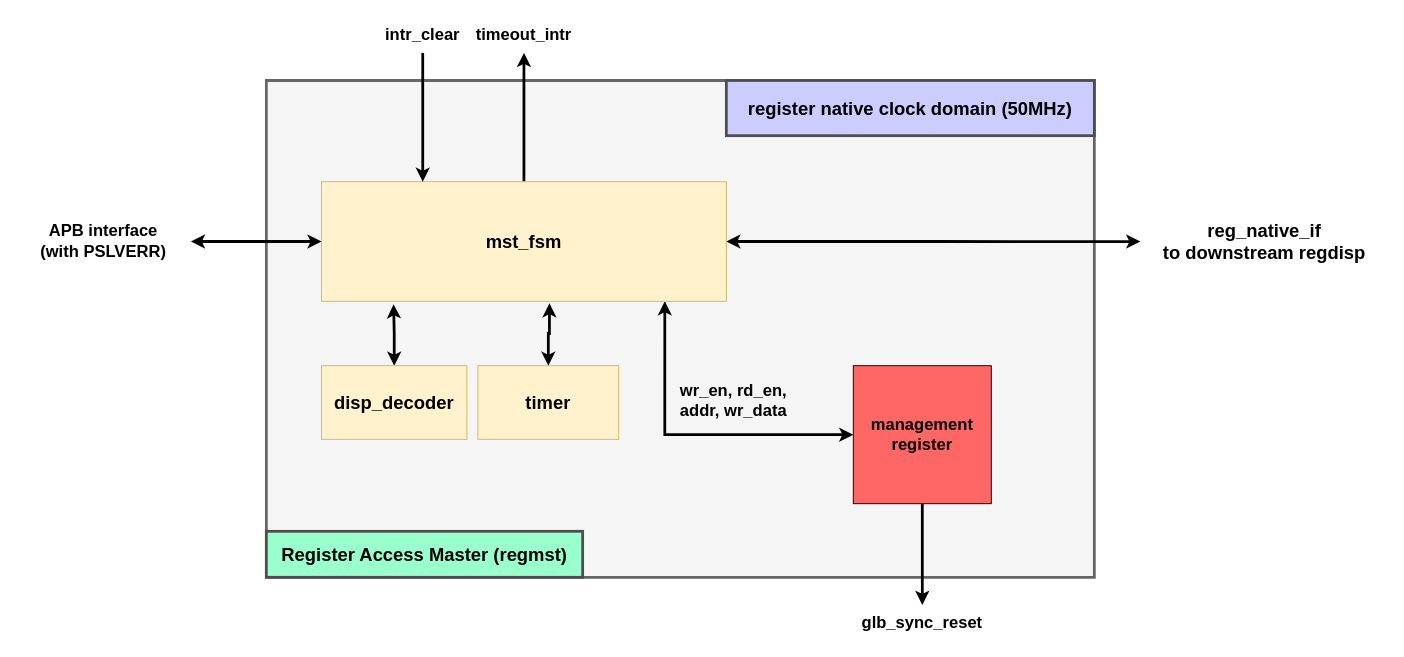
howsayhao/hj_reg_auto keeps this draw.io diagram as docs/dio_diag/regmst_rtl_infra.dio. Above is the earlier version. Source tidied: cells renumbered, new cells numbered last; positions are measured from the earlier drawing's top-left corner, leaving out a move shared by most shapes. Both pictures are drawn from the tidied source at 92%, with x=0, y=0 at pixel (16, 16).
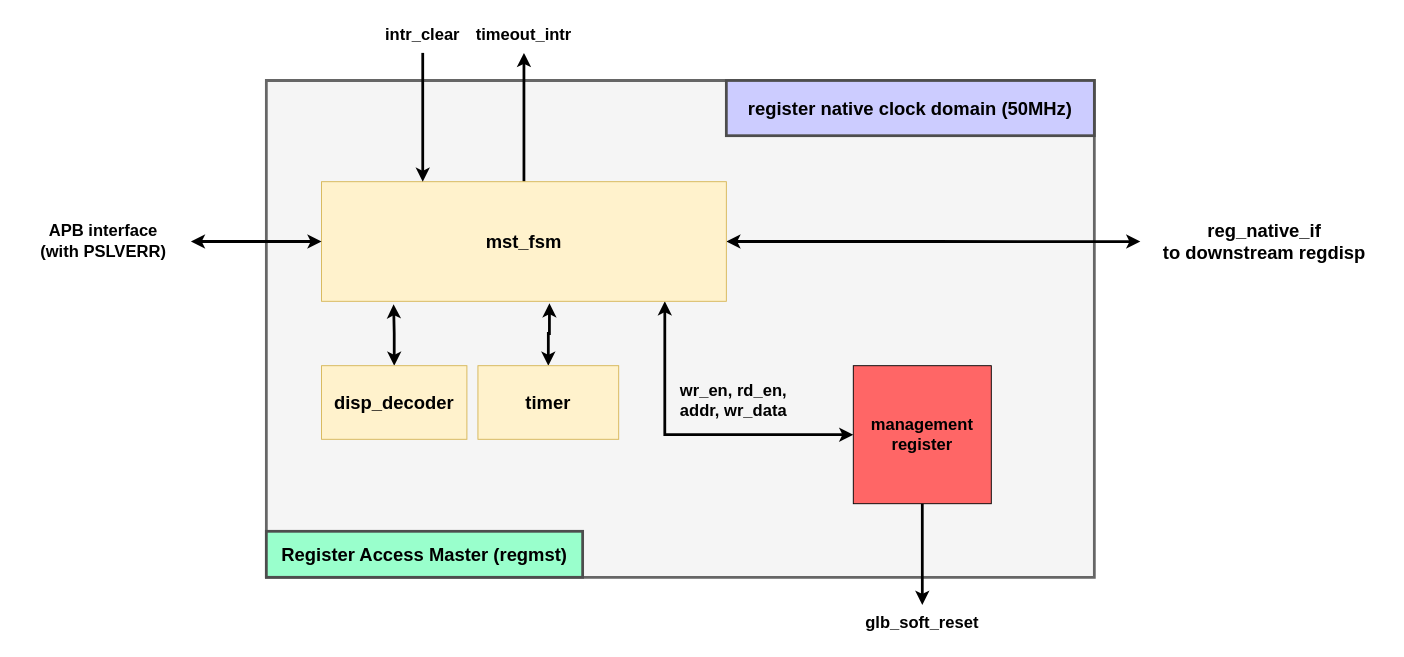
The same page after the edit.

Change to the diagram source:
```diff
@@
-    <mxCell id="15" value="&lt;span style=&quot;font-size: 18px&quot;&gt;glb_sync_reset&lt;br style=&quot;font-size: 18px&quot;&gt;&lt;/span&gt;" style="text;html=1;strokeColor=none;fillColor=none;align=center;verticalAlign=middle;whiteSpace=wrap;rounded=0;fontSize=18;fontColor=#000000;fontStyle=1;" parent="1" vertex="1">
+    <mxCell id="15" value="&lt;span style=&quot;font-size: 18px&quot;&gt;glb_soft_reset&lt;br style=&quot;font-size: 18px&quot;&gt;&lt;/span&gt;" style="text;html=1;strokeColor=none;fillColor=none;align=center;verticalAlign=middle;whiteSpace=wrap;rounded=0;fontSize=18;fontColor=#000000;fontStyle=1;" parent="1" vertex="1">
       <mxGeometry x="865" y="640" width="240" height="40" as="geometry" />
     </mxCell>
```
